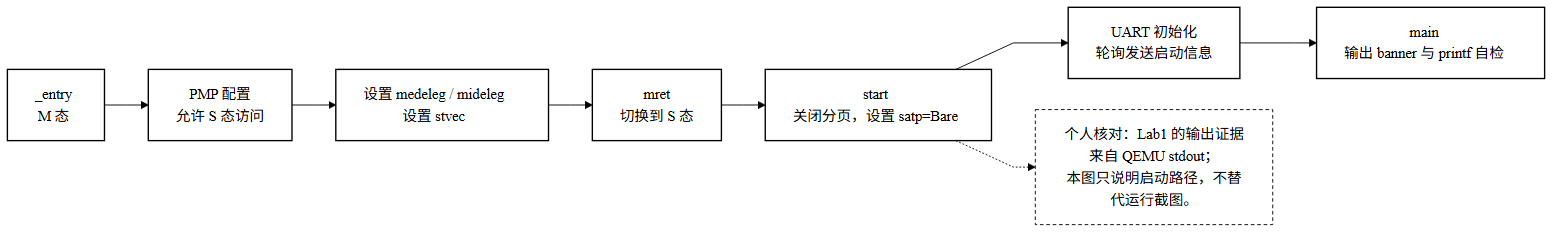
hoyuand/2024302111427 keeps this Mermaid diagram as doc/lab1/images/lab1-startup-sequence.png. Above is the earlier version. Its source is kept beside it as doc/lab1/images/lab1-startup-sequence.mmd.
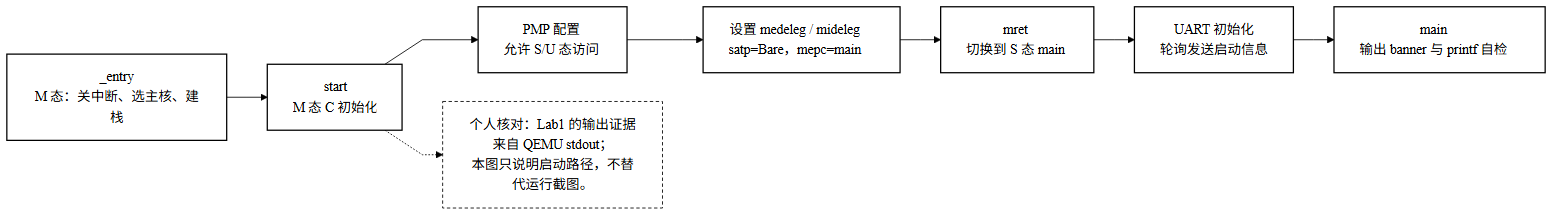
After the commit.

Diff of the diagram source:
```diff
@@ -2,11 +2,11 @@
 flowchart LR
   classDef plain fill:#ffffff,stroke:#000000,color:#000000,stroke-width:1.5px
   classDef note fill:#ffffff,stroke:#000000,color:#000000,stroke-width:1px,stroke-dasharray:4 3
-  e["_entry<br/>M 态"]:::plain --> p["PMP 配置<br/>允许 S 态访问"]:::plain
-  p --> t["设置 medeleg / mideleg<br/>设置 stvec"]:::plain
-  t --> r["mret<br/>切换到 S 态"]:::plain
-  r --> s["start<br/>关闭分页，设置 satp=Bare"]:::plain
-  s --> u["UART 初始化<br/>轮询发送启动信息"]:::plain
+  e["_entry<br/>M 态：关中断、选主核、建栈"]:::plain --> s["start<br/>M 态 C 初始化"]:::plain
+  s --> p["PMP 配置<br/>允许 S/U 态访问"]:::plain
+  p --> t["设置 medeleg / mideleg<br/>satp=Bare，mepc=main"]:::plain
+  t --> r["mret<br/>切换到 S 态 main"]:::plain
+  r --> u["UART 初始化<br/>轮询发送启动信息"]:::plain
   u --> m["main<br/>输出 banner 与 printf 自检"]:::plain
   n["个人核对：Lab1 的输出证据来自 QEMU stdout；<br/>本图只说明启动路径，不替代运行截图。"]:::note
   s -.-> n
```
